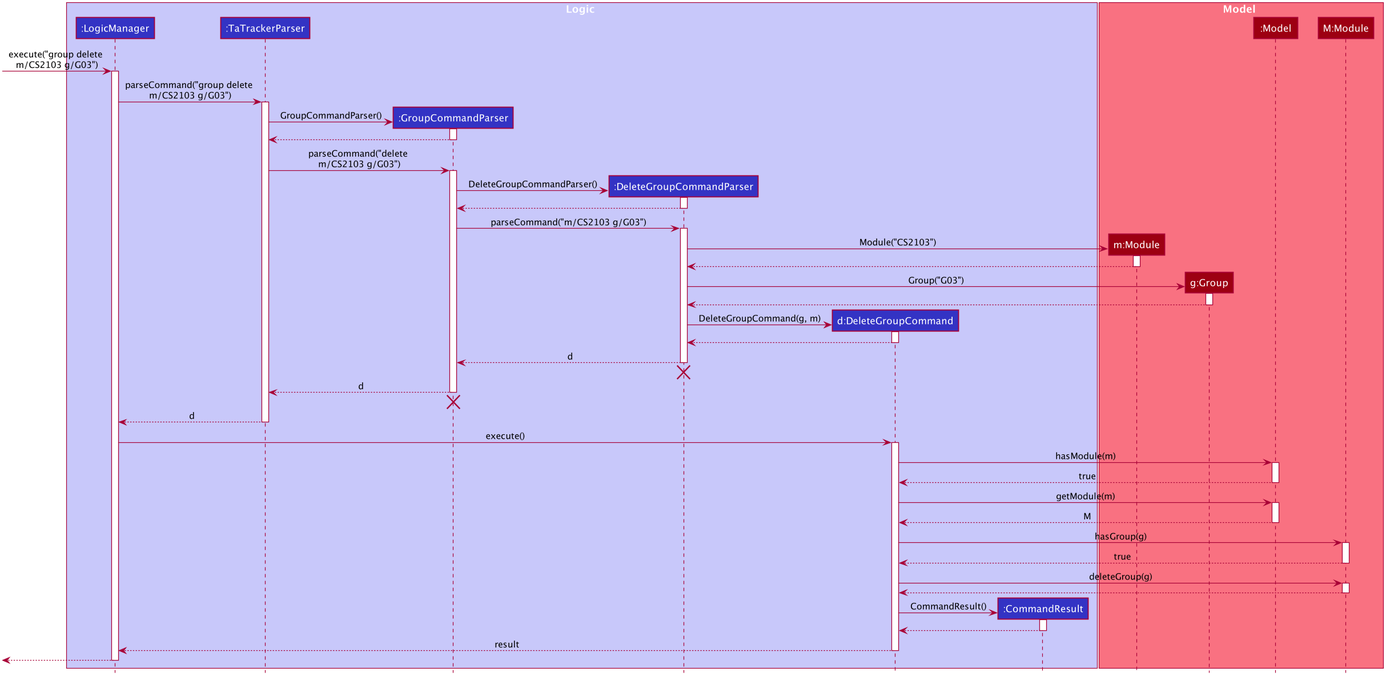
nus-cs2103-AY1920S2/addressbook-level3 keeps this PlantUML diagram as docs/images/DeleteGroupSequenceDiagram.png. Above is the earlier version.
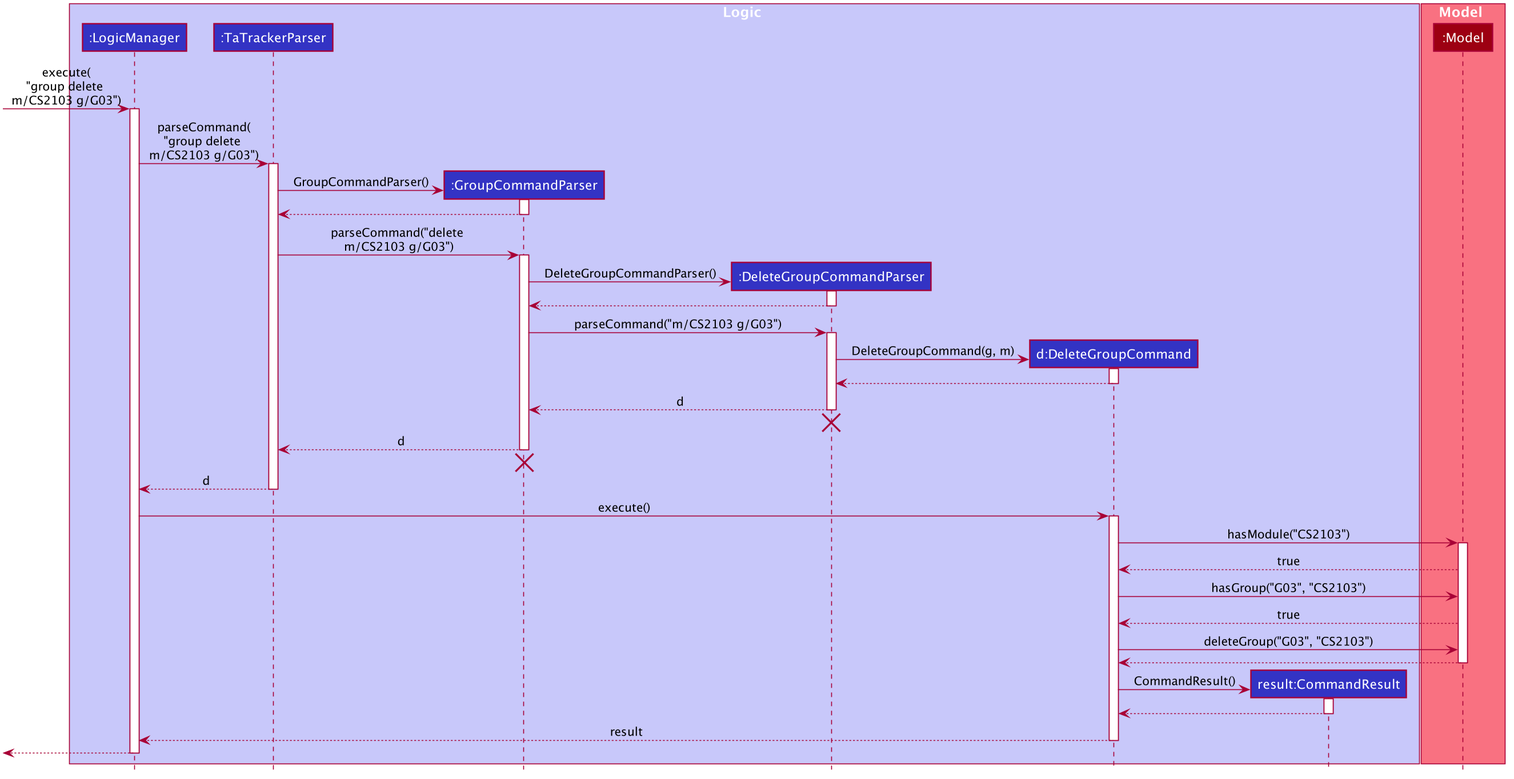
Above is the later version.

Commit message:
Update UML diagrams

The edit, as a diff of the source:
```diff
@@ -54,20 +54,17 @@
 participant ":GroupCommandParser" as GroupCommandParser #3333C4
 participant ":DeleteGroupCommandParser" as DeleteGroupCommandParser #3333C4
 participant "d:DeleteGroupCommand" as DeleteGroupCommand #3333C4
-participant ":CommandResult" as CommandResult #3333C4
+participant "result:CommandResult" as CommandResult #3333C4
 end box
 
 box Model #F97181
-participant "m:Module" as Module #9D0012
-participant "g:Group" as Group #9D0012
 participant ":Model" as Model #9D0012
-participant "M:Module" as ActualModule #9D0012
 end box
 
-[-> LogicManager : execute("group delete \nm/CS2103 g/G03")
+[-> LogicManager : execute(\n"group delete \nm/CS2103 g/G03")
 activate LogicManager
 
-LogicManager -> TaTrackerParser : parseCommand("group delete \nm/CS2103 g/G03")
+LogicManager -> TaTrackerParser : parseCommand(\n"group delete \nm/CS2103 g/G03")
 activate TaTrackerParser
 
 create GroupCommandParser
@@ -87,18 +84,6 @@
 
 GroupCommandParser -> DeleteGroupCommandParser : parseCommand("m/CS2103 g/G03")
 activate DeleteGroupCommandParser
-
-create Module
-DeleteGroupCommandParser -> Module : Module("CS2103")
-activate Module
-Module --> DeleteGroupCommandParser
-deactivate Module
-
-create Group
-DeleteGroupCommandParser -> Group : Group("G03")
-activate Group
-Group --> DeleteGroupCommandParser
-deactivate Group
 
 create DeleteGroupCommand
 DeleteGroupCommandParser -> DeleteGroupCommand : DeleteGroupCommand(g, m)
@@ -122,25 +107,16 @@
 LogicManager -> DeleteGroupCommand : execute()
 activate DeleteGroupCommand
 
-DeleteGroupCommand -> Model : hasModule(m)
+DeleteGroupCommand -> Model : hasModule("CS2103")
 activate Model
 Model --> DeleteGroupCommand : true
+
+DeleteGroupCommand -> Model : hasGroup("G03", "CS2103")
+Model --> DeleteGroupCommand : true
+
+DeleteGroupCommand -> Model : deleteGroup("G03", "CS2103")
+Model --> DeleteGroupCommand
 deactivate Model
-
-DeleteGroupCommand -> Model : getModule(m)
-activate Model
-Model --> DeleteGroupCommand : M
-deactivate Model
-
-DeleteGroupCommand -> ActualModule : hasGroup(g)
-activate ActualModule
-ActualModule --> DeleteGroupCommand : true
-deactivate ActualModule
-
-DeleteGroupCommand -> ActualModule : deleteGroup(g)
-activate ActualModule
-ActualModule --> DeleteGroupCommand
-deactivate ActualModule
 
 create CommandResult
 DeleteGroupCommand -> CommandResult : CommandResult()
```
